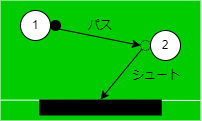
SuperTikuwa/thesis-images keeps this draw.io diagram as 2/play_pattern.png. Above is the earlier version. Source tidied: cells renumbered, new cells last; positions are measured from the earlier drawing's top-left corner, leaving out a move shared by most shapes.
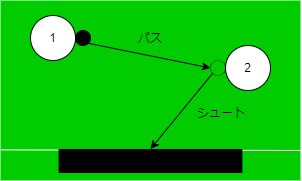
The same diagram one commit later.

Commit message:
play_pattern.png を追加しました。

What changed in the source:
```diff
@@ -2,38 +2,41 @@
   <root>
     <mxCell id="0" />
     <mxCell id="1" parent="0" />
+    <mxCell id="13" style="group;" parent="1" vertex="1">
+      <mxGeometry x="-20" y="-40" width="300" height="180" as="geometry" />
+    </mxCell>
-    <mxCell id="2" style="whiteSpace=wrap;html=1;strokeColor=none;fillColor=#00CC00;" parent="1" vertex="1">
-      <mxGeometry width="200" height="120" as="geometry" />
+    <mxCell id="2" style="whiteSpace=wrap;html=1;strokeColor=none;fillColor=#00CC00;" parent="13" vertex="1">
+      <mxGeometry width="300" height="180" as="geometry" />
     </mxCell>
-    <mxCell id="3" value="1" style="ellipse;whiteSpace=wrap;html=1;" parent="1" vertex="1">
-      <mxGeometry x="20" y="10" width="30" height="30" as="geometry" />
+    <mxCell id="3" value="1" style="ellipse;whiteSpace=wrap;html=1;" parent="13" vertex="1">
+      <mxGeometry x="30" y="15" width="45" height="45" as="geometry" />
     </mxCell>
-    <mxCell id="4" value="2" style="ellipse;whiteSpace=wrap;html=1;" parent="1" vertex="1">
-      <mxGeometry x="150" y="30" width="30" height="30" as="geometry" />
+    <mxCell id="4" value="2" style="ellipse;whiteSpace=wrap;html=1;" parent="13" vertex="1">
+      <mxGeometry x="225" y="45" width="45" height="45" as="geometry" />
     </mxCell>
-    <mxCell id="5" style="ellipse;whiteSpace=wrap;html=1;fillColor=#000000;" parent="1" vertex="1">
-      <mxGeometry x="50" y="20" width="10" height="10" as="geometry" />
+    <mxCell id="5" style="ellipse;whiteSpace=wrap;html=1;fillColor=#000000;" parent="13" vertex="1">
+      <mxGeometry x="75" y="30" width="15" height="15" as="geometry" />
     </mxCell>
-    <mxCell id="6" style="endArrow=classic;html=1;rounded=0;exitX=1;exitY=1;exitDx=0;exitDy=0;entryX=0;entryY=0.5;entryDx=0;entryDy=0;" parent="1" edge="1" source="5" target="12">
+    <mxCell id="6" style="endArrow=classic;html=1;rounded=0;exitX=1;exitY=1;exitDx=0;exitDy=0;entryX=0;entryY=0.5;entryDx=0;entryDy=0;" parent="13" edge="1" source="5" target="12">
       <mxGeometry relative="1" as="geometry" />
     </mxCell>
-    <mxCell id="7" style="endArrow=none;html=1;rounded=0;exitX=0.001;exitY=0.83;exitDx=0;exitDy=0;exitPerimeter=0;entryX=1;entryY=0.833;entryDx=0;entryDy=0;entryPerimeter=0;strokeColor=#FFFFFF;" parent="1" edge="1" source="2" target="2">
+    <mxCell id="7" style="endArrow=none;html=1;rounded=0;exitX=0.001;exitY=0.83;exitDx=0;exitDy=0;exitPerimeter=0;entryX=1;entryY=0.833;entryDx=0;entryDy=0;entryPerimeter=0;strokeColor=#FFFFFF;" parent="13" edge="1" source="2" target="2">
       <mxGeometry relative="1" as="geometry" />
     </mxCell>
-    <mxCell id="8" style="rounded=0;whiteSpace=wrap;html=1;strokeColor=none;fillColor=#000000;" parent="1" vertex="1">
-      <mxGeometry x="38.8" y="99" width="122.5" height="16" as="geometry" />
+    <mxCell id="8" style="rounded=0;whiteSpace=wrap;html=1;strokeColor=none;fillColor=#000000;" parent="13" vertex="1">
+      <mxGeometry x="58.1" y="148.5" width="183.8" height="24" as="geometry" />
     </mxCell>
-    <mxCell id="9" style="endArrow=classic;html=1;rounded=0;exitX=0;exitY=1;exitDx=0;exitDy=0;entryX=0.5;entryY=0;entryDx=0;entryDy=0;" parent="1" edge="1" source="12" target="8">
+    <mxCell id="9" style="endArrow=classic;html=1;rounded=0;exitX=0;exitY=1;exitDx=0;exitDy=0;entryX=0.5;entryY=0;entryDx=0;entryDy=0;" parent="13" edge="1" source="12" target="8">
       <mxGeometry relative="1" as="geometry" />
     </mxCell>
-    <mxCell id="10" value="パス" style="text;html=1;strokeColor=none;fillColor=none;align=center;verticalAlign=middle;whiteSpace=wrap;rounded=0;" parent="1" vertex="1">
-      <mxGeometry x="70" y="10" width="60" height="30" as="geometry" />
+    <mxCell id="10" value="パス" style="text;html=1;strokeColor=none;fillColor=none;align=center;verticalAlign=middle;whiteSpace=wrap;rounded=0;" parent="13" vertex="1">
+      <mxGeometry x="105" y="15" width="90" height="45" as="geometry" />
     </mxCell>
-    <mxCell id="11" value="シュート" style="text;html=1;strokeColor=none;fillColor=none;align=left;verticalAlign=middle;whiteSpace=wrap;rounded=0;" parent="1" vertex="1">
-      <mxGeometry x="130" y="60" width="70" height="30" as="geometry" />
+    <mxCell id="11" value="シュート" style="text;html=1;strokeColor=none;fillColor=none;align=left;verticalAlign=middle;whiteSpace=wrap;rounded=0;" parent="13" vertex="1">
+      <mxGeometry x="195" y="90" width="105" height="45" as="geometry" />
     </mxCell>
-    <mxCell id="12" style="ellipse;whiteSpace=wrap;html=1;fillColor=none;dashed=1;dashPattern=1 1;" parent="1" vertex="1">
-      <mxGeometry x="140" y="40" width="10" height="10" as="geometry" />
+    <mxCell id="12" style="ellipse;whiteSpace=wrap;html=1;fillColor=none;dashed=1;dashPattern=1 1;" parent="13" vertex="1">
+      <mxGeometry x="210" y="60" width="15" height="15" as="geometry" />
     </mxCell>
   </root>
 </mxGraphModel>
```
